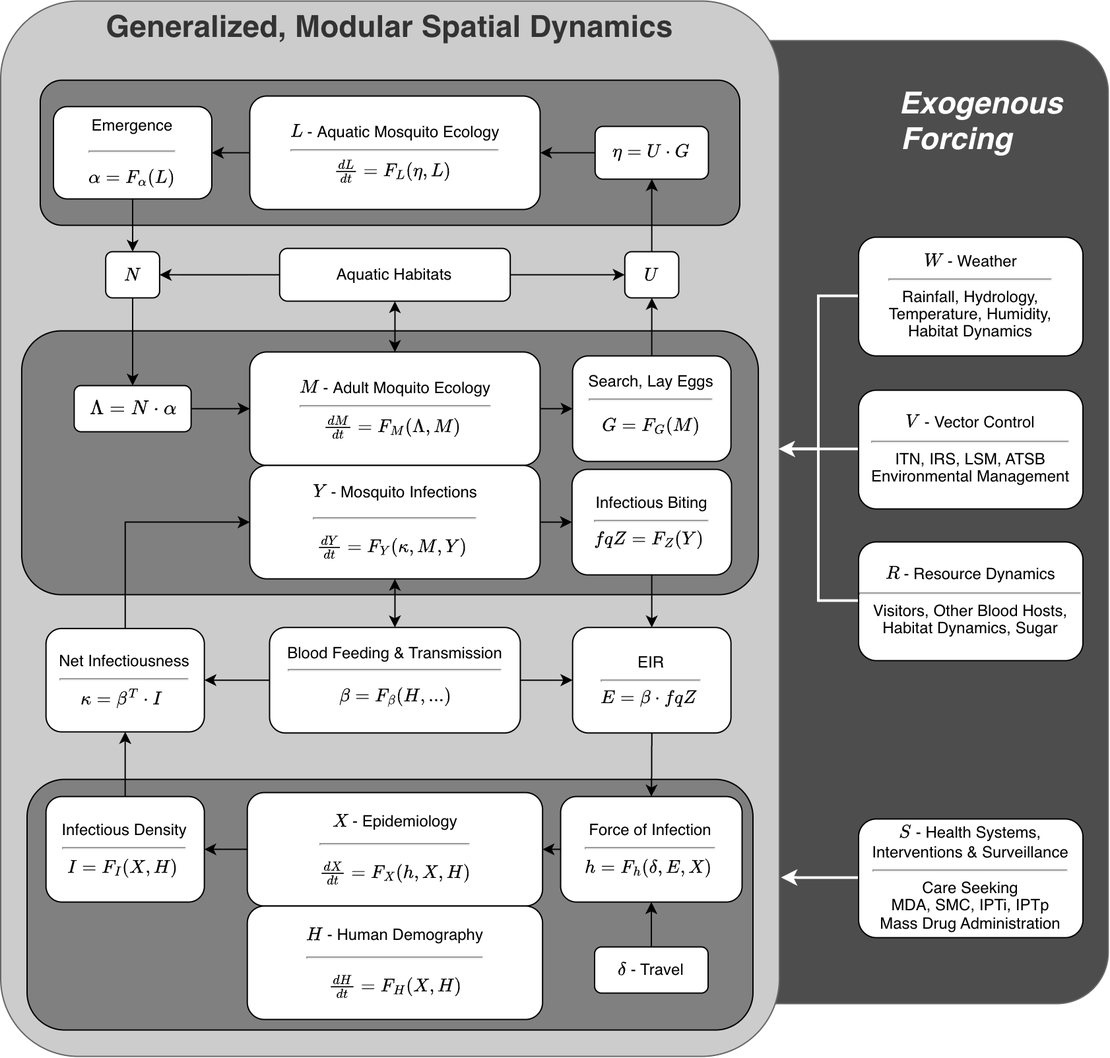
dd-harp/ramp.xds keeps this draw.io diagram as vignettes/ModularGeneralized.drawio.png. Above is the earlier version. Source tidied: cells renumbered, new cells last; positions are measured from the earlier drawing's top-left corner, leaving out a move shared by most shapes.
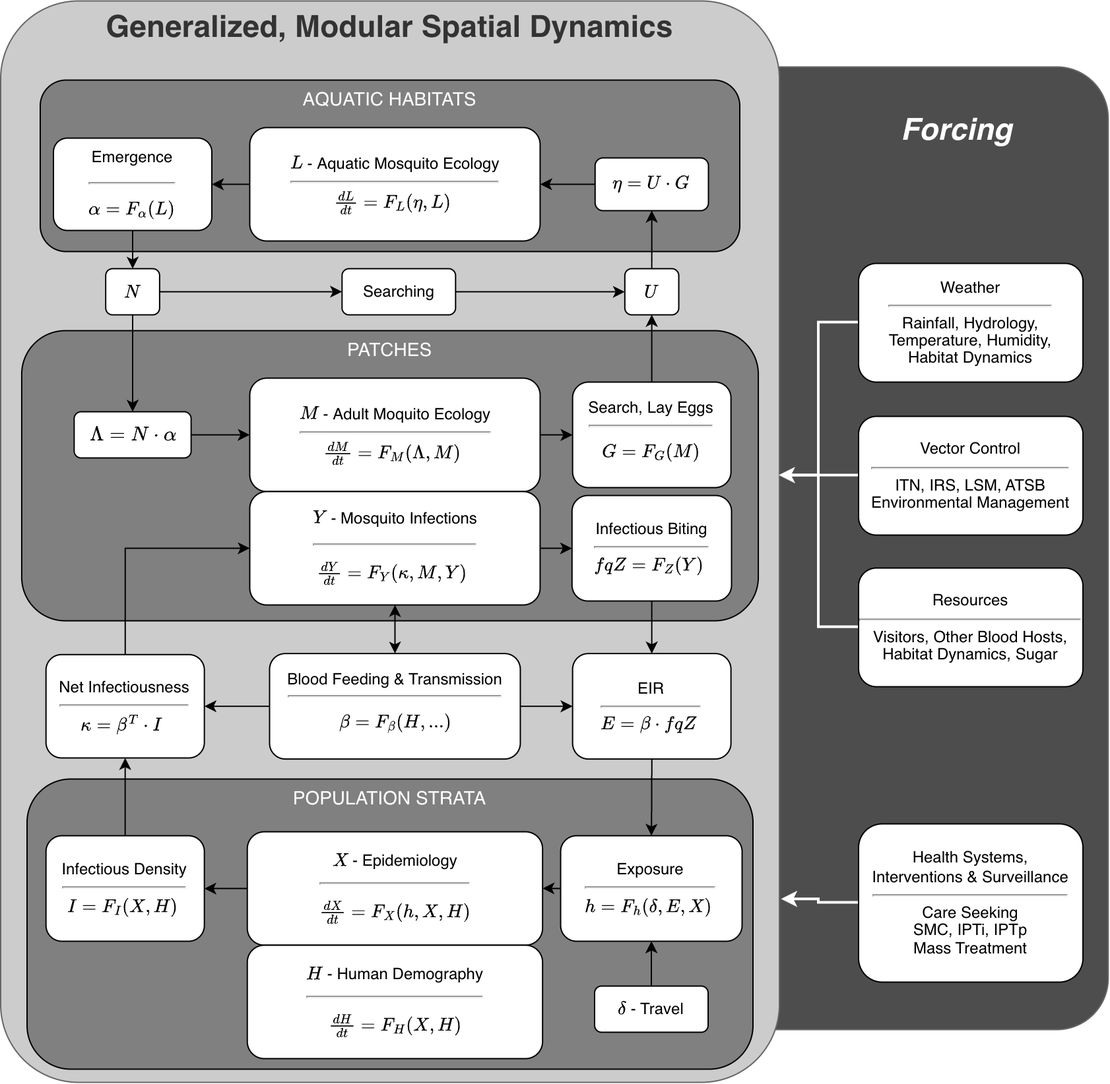
Above is the later version.

Diff of the diagram source:
```diff
@@ -5,39 +5,36 @@
     <mxCell id="2" style="ellipse;whiteSpace=wrap;html=1;" parent="1" vertex="1">
       <mxGeometry x="510" y="300" width="80" height="80" as="geometry" />
     </mxCell>
-    <mxCell id="3" value="&lt;div&gt;&lt;i&gt;&lt;br&gt;&lt;/i&gt;&lt;/div&gt;&lt;i&gt;Exogenous&amp;nbsp; &amp;nbsp; &amp;nbsp;&lt;/i&gt;&lt;div&gt;&lt;i&gt;Forcing&amp;nbsp;&lt;/i&gt; &amp;nbsp; &amp;nbsp; &amp;nbsp; &amp;nbsp; &amp;nbsp;&lt;/div&gt;&lt;div&gt;&amp;nbsp; &amp;nbsp; &amp;nbsp; &amp;nbsp; &amp;nbsp; &amp;nbsp;&lt;/div&gt;" style="rounded=1;whiteSpace=wrap;html=1;fontSize=23;fillColor=#4D4D4D;fontColor=#FFFFFF;strokeColor=#666666;verticalAlign=top;arcSize=10;align=right;fontStyle=1;" parent="1" vertex="1">
+    <mxCell id="3" value="&lt;div&gt;&lt;i&gt;&lt;br&gt;&lt;/i&gt;&lt;/div&gt;&lt;div&gt;&lt;i&gt;Forcing&amp;nbsp;&lt;/i&gt; &amp;nbsp; &amp;nbsp; &amp;nbsp; &amp;nbsp; &amp;nbsp;&lt;/div&gt;&lt;div&gt;&amp;nbsp; &amp;nbsp; &amp;nbsp; &amp;nbsp; &amp;nbsp; &amp;nbsp;&lt;/div&gt;" style="rounded=1;whiteSpace=wrap;html=1;fontSize=23;fillColor=#4D4D4D;fontColor=#FFFFFF;strokeColor=#666666;verticalAlign=top;arcSize=10;align=right;fontStyle=1;" parent="1" vertex="1">
       <mxGeometry x="449.2" y="30" width="390" height="730" as="geometry" />
     </mxCell>
     <mxCell id="4" value="&lt;div&gt;Generalized, Modular&amp;nbsp;&lt;span style=&quot;background-color: initial;&quot;&gt;Spatial Dynamics&lt;/span&gt;&lt;/div&gt;" style="rounded=1;whiteSpace=wrap;html=1;fontSize=23;fillColor=#CCCCCC;fontColor=#333333;strokeColor=#666666;verticalAlign=top;arcSize=10;fontStyle=1;" parent="1" vertex="1">
-      <mxGeometry width="590" height="800" as="geometry" />
+      <mxGeometry y="-20" width="590" height="820" as="geometry" />
     </mxCell>
-    <mxCell id="5" style="rounded=1;whiteSpace=wrap;html=1;fillColor=#808080;" parent="1" vertex="1">
-      <mxGeometry x="20" y="590" width="550" height="190" as="geometry" />
+    <mxCell id="5" value="POPULATION STRATA" style="rounded=1;whiteSpace=wrap;html=1;fillColor=#808080;verticalAlign=top;fontColor=#FFFFFF;fontSize=14;" parent="1" vertex="1">
+      <mxGeometry x="20" y="570" width="550" height="220" as="geometry" />
     </mxCell>
-    <mxCell id="6" style="rounded=1;whiteSpace=wrap;html=1;fillColor=#808080;" parent="1" vertex="1">
-      <mxGeometry x="16" y="250" width="558.1" height="200" as="geometry" />
+    <mxCell id="6" value="PATCHES" style="rounded=1;whiteSpace=wrap;html=1;fillColor=#808080;verticalAlign=top;fontColor=#FFFFFF;fontSize=14;" parent="1" vertex="1">
+      <mxGeometry x="16" y="230" width="558.1" height="220" as="geometry" />
     </mxCell>
-    <mxCell id="7" style="rounded=1;whiteSpace=wrap;html=1;fillColor=#808080;" parent="1" vertex="1">
-      <mxGeometry x="30" y="60" width="530" height="110" as="geometry" />
+    <mxCell id="7" value="AQUATIC HABITATS" style="rounded=1;whiteSpace=wrap;html=1;fillColor=#808080;verticalAlign=top;fontColor=#FFFFFF;fontSize=14;" parent="1" vertex="1">
+      <mxGeometry x="30" y="40" width="530" height="130" as="geometry" />
     </mxCell>
     <mxCell id="8" style="edgeStyle=orthogonalEdgeStyle;rounded=0;jettySize=auto;html=1;exitX=0;exitY=0.5;exitDx=0;exitDy=0;entryX=1;entryY=0.5;entryDx=0;entryDy=0;" parent="1" edge="1" source="9" target="18">
       <mxGeometry relative="1" as="geometry" />
     </mxCell>
     <mxCell id="9" value="\(L\) -&amp;nbsp;Aquatic Mosquito Ecology&lt;hr&gt;&lt;div style=&quot;line-height: 110%;&quot;&gt;\(\frac{d {L}}{dt} = F_{L}(\eta, {L})&amp;nbsp; \)&amp;nbsp;&lt;/div&gt;" style="rounded=1;whiteSpace=wrap;html=1;align=center;spacing=2;" parent="1" vertex="1">
-      <mxGeometry x="188.7" y="72" width="220" height="86" as="geometry" />
+      <mxGeometry x="188.7" y="76" width="220" height="86" as="geometry" />
     </mxCell>
     <mxCell id="10" style="edgeStyle=orthogonalEdgeStyle;rounded=0;jettySize=auto;html=1;exitX=0;exitY=0.5;exitDx=0;exitDy=0;entryX=1;entryY=0.5;entryDx=0;entryDy=0;fontSize=6;" parent="1" edge="1" source="11" target="26">
       <mxGeometry relative="1" as="geometry" />
     </mxCell>
     <mxCell id="11" value="&lt;p style=&quot;line-height: 0.6px;&quot;&gt;\(X\) - Epidemiology&lt;/p&gt;&lt;hr&gt;&lt;p style=&quot;line-height: 0.6px;&quot;&gt;&lt;span style=&quot;background-color: initial;&quot;&gt;\(\frac{d{X}}{dt} = F_{X} (h, X, H)\)&lt;/span&gt;&lt;/p&gt;" style="rounded=1;whiteSpace=wrap;html=1;align=center;" parent="1" vertex="1">
-      <mxGeometry x="186.9" y="600" width="223.7" height="86" as="geometry" />
+      <mxGeometry x="186.9" y="610" width="223.7" height="86" as="geometry" />
     </mxCell>
     <mxCell id="12" style="edgeStyle=orthogonalEdgeStyle;rounded=0;jettySize=auto;html=1;exitX=1;exitY=0.5;exitDx=0;exitDy=0;entryX=0;entryY=0.5;entryDx=0;entryDy=0;fontSize=6;" parent="1" edge="1" source="14" target="20">
       <mxGeometry relative="1" as="geometry" />
     </mxCell>
-    <mxCell id="13" style="edgeStyle=orthogonalEdgeStyle;rounded=0;jettySize=auto;html=1;startArrow=classic;startFill=1;" parent="1" edge="1" source="14" target="56">
-      <mxGeometry relative="1" as="geometry" />
-    </mxCell>
     <mxCell id="14" value="\(M\) -&amp;nbsp;Adult Moquito Ecology&lt;div&gt;&lt;hr&gt;&lt;div style=&quot;line-height: 110%;&quot;&gt;\(\frac{d {M}}{dt} = F_{M}(\Lambda, {M}) \)&amp;nbsp;&lt;/div&gt;&lt;/div&gt;" style="rounded=1;whiteSpace=wrap;html=1;align=center;horizontal=1;" parent="1" vertex="1">
       <mxGeometry x="188.7" y="266" width="220" height="86" as="geometry" />
     </mxCell>
@@ -51,7 +48,7 @@
       <mxGeometry x="188.7" y="352" width="220" height="86" as="geometry" />
     </mxCell>
     <mxCell id="18" value="&lt;p style=&quot;line-height: 105%; font-size: 12px;&quot;&gt;Emergence&lt;/p&gt;&lt;hr style=&quot;font-size: 12px;&quot;&gt;&lt;p style=&quot;line-height: 105%; font-size: 12px;&quot;&gt;&lt;u style=&quot;background-color: initial; font-size: 12px;&quot;&gt;\(\alpha = F_\alpha (L) \)&lt;/u&gt;&lt;br style=&quot;font-size: 12px;&quot;&gt;&lt;/p&gt;" style="rounded=1;whiteSpace=wrap;html=1;align=center;spacing=1;fontSize=12;" parent="1" vertex="1">
-      <mxGeometry x="40" y="80" width="120" height="70" as="geometry" />
+      <mxGeometry x="40" y="84" width="120" height="70" as="geometry" />
     </mxCell>
     <mxCell id="19" style="edgeStyle=orthogonalEdgeStyle;rounded=0;jettySize=auto;html=1;exitX=0.5;exitY=0;exitDx=0;exitDy=0;entryX=0.5;entryY=1;entryDx=0;entryDy=0;" parent="1" edge="1" source="20" target="31">
       <mxGeometry relative="1" as="geometry" />
@@ -75,7 +72,7 @@
       <mxGeometry relative="1" as="geometry" />
     </mxCell>
     <mxCell id="26" value="&lt;div&gt;Infectious Density&lt;hr&gt;\( I = F_I ({X}, {H}) \)&amp;nbsp;&lt;/div&gt;" style="rounded=1;whiteSpace=wrap;html=1;align=center;" parent="1" vertex="1">
-      <mxGeometry x="34.3" y="603" width="120" height="80" as="geometry" />
+      <mxGeometry x="34.3" y="613" width="120" height="80" as="geometry" />
     </mxCell>
     <mxCell id="27" style="edgeStyle=orthogonalEdgeStyle;rounded=0;jettySize=auto;html=1;exitX=1;exitY=0.5;exitDx=0;exitDy=0;entryX=0;entryY=0.5;entryDx=0;entryDy=0;fontSize=6;" parent="1" edge="1" source="28" target="14">
       <mxGeometry relative="1" as="geometry" />
@@ -83,20 +80,17 @@
     <mxCell id="28" value="&lt;u style=&quot;font-size: 13px;&quot;&gt;\( \Lambda = N \cdot \alpha \)&lt;br style=&quot;font-size: 13px;&quot;&gt;&lt;/u&gt;" style="rounded=1;whiteSpace=wrap;html=1;align=center;spacing=1;fontSize=13;" parent="1" vertex="1">
       <mxGeometry x="55.7" y="291.5" width="88.6" height="35" as="geometry" />
     </mxCell>
-    <mxCell id="29" style="edgeStyle=orthogonalEdgeStyle;rounded=0;jettySize=auto;html=1;exitX=1;exitY=0.5;exitDx=0;exitDy=0;fontSize=6;" parent="1" edge="1" source="56" target="31">
-      <mxGeometry relative="1" as="geometry" />
-    </mxCell>
     <mxCell id="30" style="edgeStyle=orthogonalEdgeStyle;rounded=0;jettySize=auto;html=1;exitX=0.5;exitY=0;exitDx=0;exitDy=0;entryX=0.5;entryY=1;entryDx=0;entryDy=0;" parent="1" edge="1" source="31" target="33">
       <mxGeometry relative="1" as="geometry" />
     </mxCell>
     <mxCell id="31" value="\(U\)" style="rounded=1;whiteSpace=wrap;html=1;align=center;spacing=1;" parent="1" vertex="1">
-      <mxGeometry x="472.9" y="190" width="40.9" height="35" as="geometry" />
+      <mxGeometry x="472.9" y="183" width="40.9" height="35" as="geometry" />
     </mxCell>
     <mxCell id="32" style="edgeStyle=orthogonalEdgeStyle;rounded=0;jettySize=auto;html=1;exitX=0;exitY=0.5;exitDx=0;exitDy=0;entryX=1;entryY=0.5;entryDx=0;entryDy=0;" parent="1" edge="1" source="33" target="9">
       <mxGeometry relative="1" as="geometry" />
     </mxCell>
     <mxCell id="33" value="&lt;div style=&quot;line-height: 110%;&quot;&gt;&lt;u style=&quot;background-color: initial;&quot;&gt;\( \eta = {U} \cdot G \)&lt;/u&gt;&lt;br&gt;&lt;/div&gt;" style="rounded=1;whiteSpace=wrap;html=1;align=center;spacing=1;" parent="1" vertex="1">
-      <mxGeometry x="450.4" y="95" width="85.9" height="40" as="geometry" />
+      <mxGeometry x="450.4" y="99" width="85.9" height="40" as="geometry" />
     </mxCell>
     <mxCell id="34" style="edgeStyle=orthogonalEdgeStyle;rounded=0;jettySize=auto;html=1;exitX=1;exitY=0.5;exitDx=0;exitDy=0;entryX=0;entryY=0.5;entryDx=0;entryDy=0;" parent="1" edge="1" source="36" target="24">
       <mxGeometry relative="1" as="geometry" />
@@ -116,14 +110,14 @@
     <mxCell id="39" style="edgeStyle=orthogonalEdgeStyle;rounded=0;jettySize=auto;html=1;exitX=0;exitY=0.5;exitDx=0;exitDy=0;entryX=1;entryY=0.5;entryDx=0;entryDy=0;" parent="1" edge="1" source="40" target="11">
       <mxGeometry relative="1" as="geometry" />
     </mxCell>
-    <mxCell id="40" value="Force of Infection&lt;div&gt;&lt;hr&gt;\( h = F_h(\delta, E, X)\)&amp;nbsp;&lt;/div&gt;" style="rounded=1;whiteSpace=wrap;html=1;align=center;" parent="1" vertex="1">
-      <mxGeometry x="424.3" y="603" width="137.5" height="80" as="geometry" />
+    <mxCell id="40" value="Exposure&lt;div&gt;&lt;hr&gt;\( h = F_h(\delta, E, X)\)&amp;nbsp;&lt;/div&gt;" style="rounded=1;whiteSpace=wrap;html=1;align=center;" parent="1" vertex="1">
+      <mxGeometry x="424.3" y="613" width="137.5" height="80" as="geometry" />
     </mxCell>
     <mxCell id="41" style="edgeStyle=orthogonalEdgeStyle;rounded=0;jettySize=auto;html=1;exitX=0.5;exitY=0;exitDx=0;exitDy=0;" parent="1" edge="1" source="42" target="40">
       <mxGeometry relative="1" as="geometry" />
     </mxCell>
     <mxCell id="42" value="\(\delta\) - Travel" style="rounded=1;whiteSpace=wrap;html=1;align=center;spacing=1;" parent="1" vertex="1">
-      <mxGeometry x="450" y="717" width="86" height="35" as="geometry" />
+      <mxGeometry x="450" y="727" width="86" height="35" as="geometry" />
     </mxCell>
     <mxCell id="43" style="edgeStyle=orthogonalEdgeStyle;rounded=0;jettySize=auto;html=1;exitX=0.5;exitY=1;exitDx=0;exitDy=0;entryX=0.5;entryY=0;entryDx=0;entryDy=0;fontSize=6;" parent="1" edge="1" source="18" target="45">
       <mxGeometry relative="1" as="geometry" />
@@ -131,10 +125,13 @@
     <mxCell id="44" style="edgeStyle=orthogonalEdgeStyle;rounded=0;jettySize=auto;html=1;exitX=0.5;exitY=1;exitDx=0;exitDy=0;" parent="1" edge="1" source="45" target="28">
       <mxGeometry relative="1" as="geometry" />
     </mxCell>
+    <mxCell id="57" style="edgeStyle=orthogonalEdgeStyle;rounded=0;jettySize=auto;html=1;exitX=1;exitY=0.5;exitDx=0;exitDy=0;" parent="1" edge="1" source="45" target="59">
+      <mxGeometry relative="1" as="geometry" />
+    </mxCell>
     <mxCell id="45" value="&lt;u&gt;\(N \)&lt;br&gt;&lt;/u&gt;" style="rounded=1;whiteSpace=wrap;html=1;align=center;spacing=1;" parent="1" vertex="1">
-      <mxGeometry x="79.6" y="190" width="40.9" height="35" as="geometry" />
+      <mxGeometry x="79.6" y="183" width="40.9" height="35" as="geometry" />
     </mxCell>
-    <mxCell id="46" value="\(W\) -&amp;nbsp;Weather&lt;div&gt;&lt;hr&gt;&lt;div style=&quot;line-height: 110%;&quot;&gt;Rainfall, Hydrology,&lt;/div&gt;&lt;div style=&quot;line-height: 110%;&quot;&gt;Temperature,&amp;nbsp;&lt;span style=&quot;background-color: initial;&quot;&gt;Humidity,&lt;/span&gt;&lt;/div&gt;&lt;/div&gt;&lt;div style=&quot;line-height: 110%;&quot;&gt;&lt;span style=&quot;background-color: initial;&quot;&gt;Habitat Dynamics&lt;/span&gt;&lt;/div&gt;" style="rounded=1;whiteSpace=wrap;html=1;align=center;horizontal=1;" parent="1" vertex="1">
+    <mxCell id="46" value="Weather&lt;div&gt;&lt;hr&gt;&lt;div style=&quot;line-height: 110%;&quot;&gt;Rainfall, Hydrology,&lt;/div&gt;&lt;div style=&quot;line-height: 110%;&quot;&gt;Temperature,&amp;nbsp;&lt;span style=&quot;background-color: initial;&quot;&gt;Humidity,&lt;/span&gt;&lt;/div&gt;&lt;/div&gt;&lt;div style=&quot;line-height: 110%;&quot;&gt;&lt;span style=&quot;background-color: initial;&quot;&gt;Habitat Dynamics&lt;/span&gt;&lt;/div&gt;" style="rounded=1;whiteSpace=wrap;html=1;align=center;horizontal=1;" parent="1" vertex="1">
       <mxGeometry x="650" y="179" width="170" height="90" as="geometry" />
     </mxCell>
     <mxCell id="47" style="edgeStyle=orthogonalEdgeStyle;rounded=0;jettySize=auto;html=1;exitX=0;exitY=0.5;exitDx=0;exitDy=0;entryX=1.003;entryY=0.831;entryDx=0;entryDy=0;strokeColor=#FFFFFF;strokeWidth=2;entryPerimeter=0;" parent="1" edge="1" source="54" target="4">
@@ -143,10 +140,10 @@
     <mxCell id="48" style="edgeStyle=orthogonalEdgeStyle;rounded=0;jettySize=auto;html=1;exitX=0;exitY=0.5;exitDx=0;exitDy=0;strokeColor=#FFFFFF;strokeWidth=2;entryX=1;entryY=0.5;entryDx=0;entryDy=0;" parent="1" edge="1" source="49" target="2">
       <mxGeometry relative="1" as="geometry" />
     </mxCell>
-    <mxCell id="49" value="&lt;div&gt;\(V\) -&amp;nbsp;Vector Control&lt;hr&gt;&lt;div style=&quot;line-height: 110%;&quot;&gt;ITN, IRS, LSM, ATSB&lt;/div&gt;&lt;/div&gt;&lt;div style=&quot;line-height: 110%;&quot;&gt;Environmental Management&lt;/div&gt;" style="rounded=1;whiteSpace=wrap;html=1;align=center;horizontal=1;" parent="1" vertex="1">
+    <mxCell id="49" value="&lt;div&gt;Vector Control&lt;hr&gt;&lt;div style=&quot;line-height: 110%;&quot;&gt;ITN, IRS, LSM, ATSB&lt;/div&gt;&lt;/div&gt;&lt;div style=&quot;line-height: 110%;&quot;&gt;Environmental Management&lt;/div&gt;" style="rounded=1;whiteSpace=wrap;html=1;align=center;horizontal=1;" parent="1" vertex="1">
       <mxGeometry x="650" y="295" width="170" height="90" as="geometry" />
     </mxCell>
-    <mxCell id="50" value="\(R\) - Resource Dynamics&lt;div&gt;&lt;hr&gt;&lt;div style=&quot;line-height: 110%;&quot;&gt;Visitors, Other Blood Hosts, Habitat Dynamics, Sugar&lt;/div&gt;&lt;/div&gt;" style="rounded=1;whiteSpace=wrap;html=1;align=center;horizontal=1;" parent="1" vertex="1">
+    <mxCell id="50" value="Resources&lt;div&gt;&lt;hr&gt;&lt;div style=&quot;line-height: 110%;&quot;&gt;Visitors, Other Blood Hosts, Habitat Dynamics, Sugar&lt;/div&gt;&lt;/div&gt;" style="rounded=1;whiteSpace=wrap;html=1;align=center;horizontal=1;" parent="1" vertex="1">
       <mxGeometry x="650" y="410" width="170" height="90" as="geometry" />
     </mxCell>
     <mxCell id="51" style="edgeStyle=orthogonalEdgeStyle;rounded=0;jettySize=auto;html=1;strokeColor=#FFFFFF;strokeWidth=2;entryX=1;entryY=0.5;entryDx=0;entryDy=0;" parent="1" edge="1" source="50" target="2">
@@ -156,16 +153,16 @@
       <mxGeometry relative="1" as="geometry" />
     </mxCell>
     <mxCell id="53" value="&lt;p style=&quot;line-height: 0.6px;&quot;&gt;\(H\) - Human Demography&lt;/p&gt;&lt;hr&gt;&lt;p style=&quot;line-height: 0.6px;&quot;&gt;&lt;span style=&quot;background-color: initial;&quot;&gt;\(\frac{d{H}}{dt} = F_H (X, H)\)&lt;/span&gt;&lt;/p&gt;" style="rounded=1;whiteSpace=wrap;html=1;align=center;" parent="1" vertex="1">
-      <mxGeometry x="186.9" y="686" width="223.7" height="86" as="geometry" />
+      <mxGeometry x="186.9" y="696" width="223.7" height="86" as="geometry" />
     </mxCell>
-    <mxCell id="54" value="\(S\) -&amp;nbsp;Health Systems,&lt;div&gt;Interventions &amp;amp; Surveillance&lt;div&gt;&lt;hr&gt;&lt;div style=&quot;line-height: 13.2px;&quot;&gt;Care Seeking&lt;/div&gt;&lt;div style=&quot;line-height: 13.2px;&quot;&gt;MDA, SMC, IPTi, IPTp&lt;/div&gt;&lt;/div&gt;&lt;div style=&quot;line-height: 13.2px;&quot;&gt;Mass Drug Administration&lt;/div&gt;&lt;/div&gt;" style="rounded=1;whiteSpace=wrap;html=1;align=center;horizontal=1;" parent="1" vertex="1">
-      <mxGeometry x="650" y="620" width="170" height="90" as="geometry" />
+    <mxCell id="54" value="Health Systems,&lt;div&gt;Interventions &amp;amp; Surveillance&lt;div&gt;&lt;hr&gt;&lt;div style=&quot;line-height: 13.2px;&quot;&gt;Care Seeking&lt;/div&gt;&lt;div style=&quot;line-height: 13.2px;&quot;&gt;SMC, IPTi, IPTp&lt;/div&gt;&lt;/div&gt;&lt;div style=&quot;line-height: 13.2px;&quot;&gt;Mass Treatment&lt;/div&gt;&lt;/div&gt;" style="rounded=1;whiteSpace=wrap;html=1;align=center;horizontal=1;" parent="1" vertex="1">
+      <mxGeometry x="650" y="604" width="170" height="120" as="geometry" />
     </mxCell>
-    <mxCell id="55" style="edgeStyle=orthogonalEdgeStyle;rounded=0;jettySize=auto;html=1;exitX=0;exitY=0.5;exitDx=0;exitDy=0;entryX=1;entryY=0.5;entryDx=0;entryDy=0;" parent="1" edge="1" source="56" target="45">
-      <mxGeometry relative="1" as="geometry" />
-    </mxCell>
-    <mxCell id="56" value="&lt;p style=&quot;line-height: 5%;&quot;&gt;Aquatic Habitats&lt;/p&gt;&lt;p&gt;&lt;/p&gt;" style="rounded=1;whiteSpace=wrap;html=1;align=center;spacing=1;" parent="1" vertex="1">
-      <mxGeometry x="211.4" y="187.5" width="174.7" height="40" as="geometry" />
-    </mxCell>
+    <mxCell id="58" style="edgeStyle=orthogonalEdgeStyle;rounded=0;jettySize=auto;html=1;exitX=1;exitY=0.5;exitDx=0;exitDy=0;entryX=0;entryY=0.5;entryDx=0;entryDy=0;" parent="1" edge="1" source="59" target="31">
+      <mxGeometry relative="1" as="geometry" />
+    </mxCell>
+    <mxCell id="59" value="Searching" style="rounded=1;whiteSpace=wrap;html=1;align=center;spacing=1;" parent="1" vertex="1">
+      <mxGeometry x="258.6" y="183" width="86" height="35" as="geometry" />
+    </mxCell>
   </root>
 </mxGraphModel>
```
